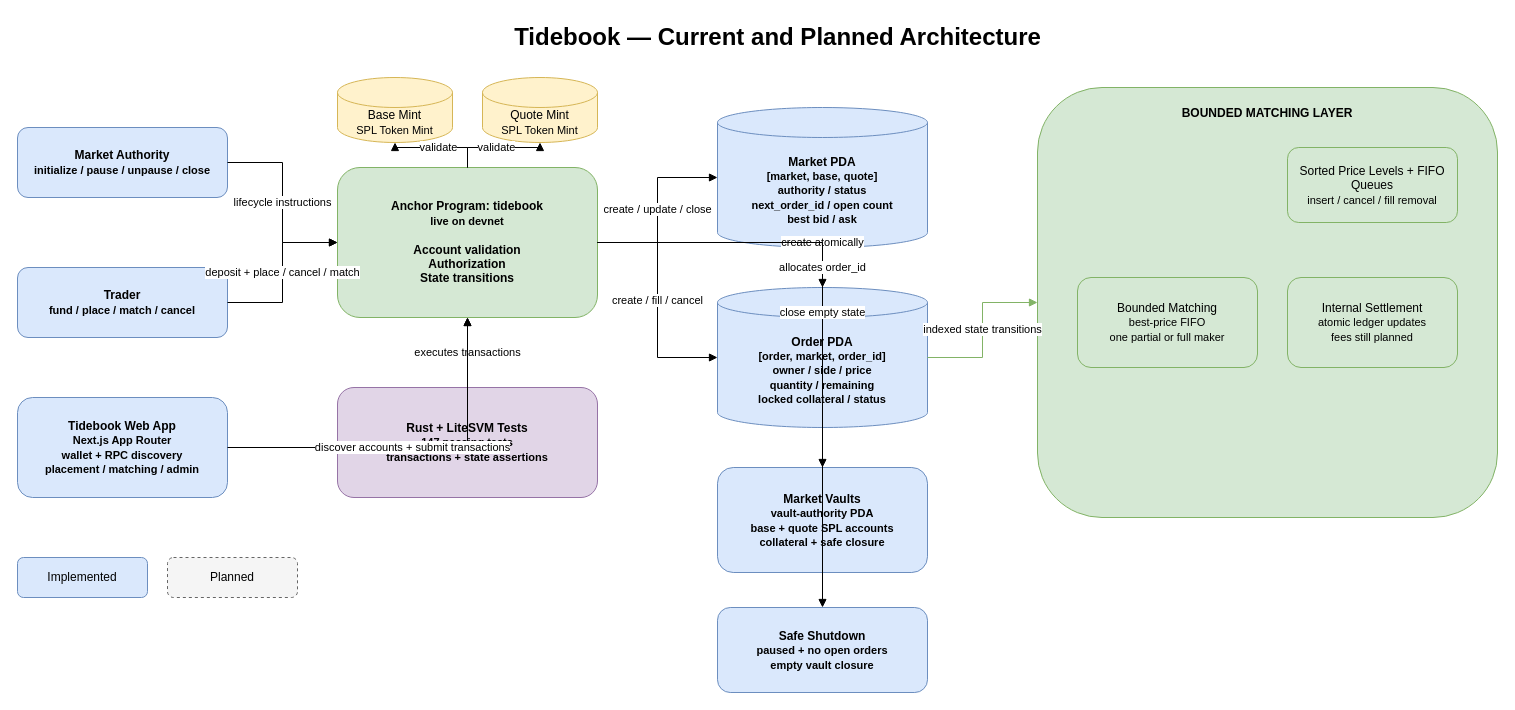
This is docs/diagrams/tidebook-architecture.drawio from kunal171/tidebook, a draw.io file, before an edit. Source tidied: cells renumbered, new cells numbered last; positions are measured from the earlier drawing's top-left corner, leaving out a move shared by most shapes. Both pictures are drawn from the tidied source at 100%, with x=0, y=0 at pixel (17, 17).
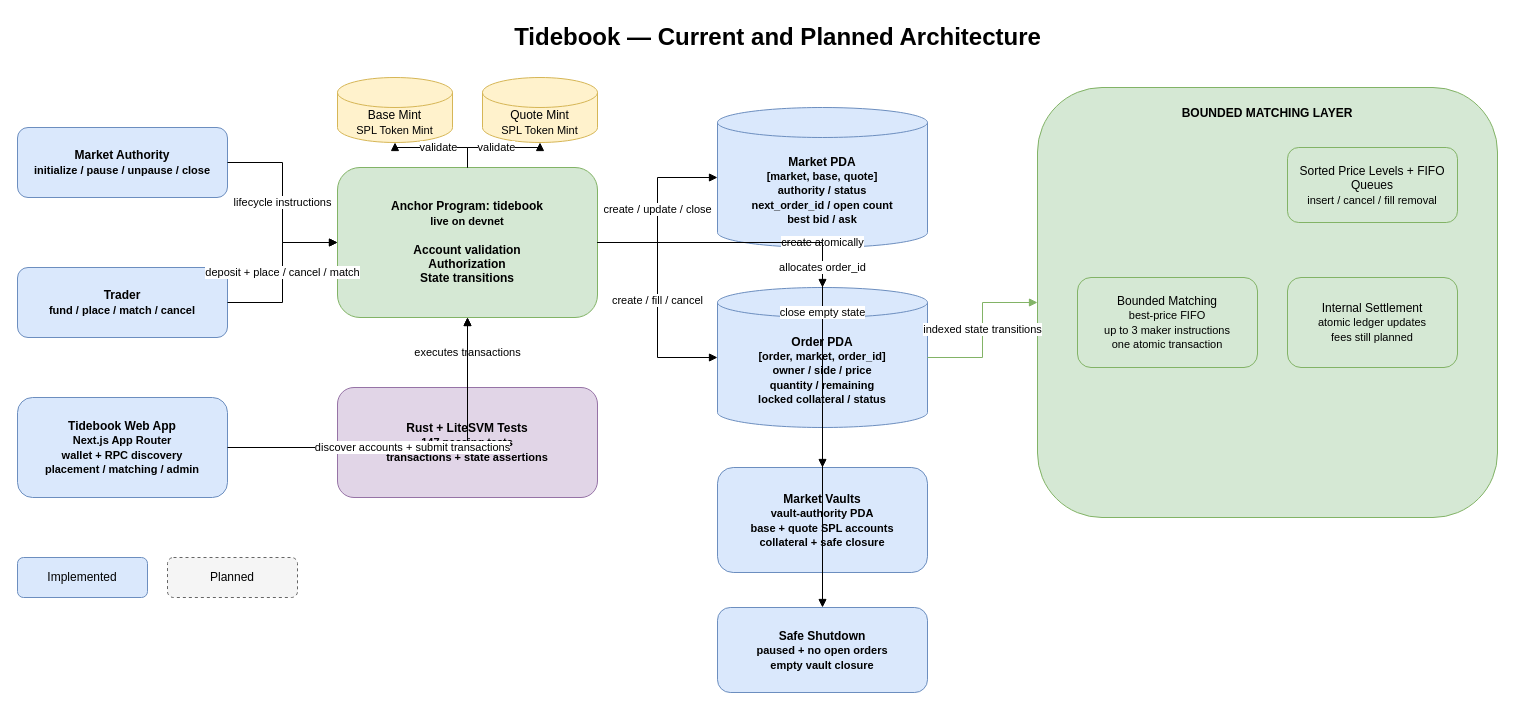
After the change.

Commit message (it also covers changes not shown here):
docs: verify bounded multi-maker matching on devnet

The edit, as a diff of the source:
```diff
@@
-    <mxCell id="15" value="Bounded Matching&lt;br&gt;&lt;font style=&quot;font-size: 11px;&quot;&gt;best-price FIFO&lt;br&gt;one partial or full maker&lt;/font&gt;" style="rounded=1;whiteSpace=wrap;html=1;fillColor=#d5e8d4;strokeColor=#82b366;" parent="1" vertex="1">
+    <mxCell id="15" value="Bounded Matching&lt;br&gt;&lt;font style=&quot;font-size: 11px;&quot;&gt;best-price FIFO&lt;br&gt;up to 3 maker instructions&lt;br&gt;one atomic transaction&lt;/font&gt;" style="rounded=1;whiteSpace=wrap;html=1;fillColor=#d5e8d4;strokeColor=#82b366;" parent="1" vertex="1">
       <mxGeometry x="1060" y="260" width="180" height="90" as="geometry" />
     </mxCell>
```
